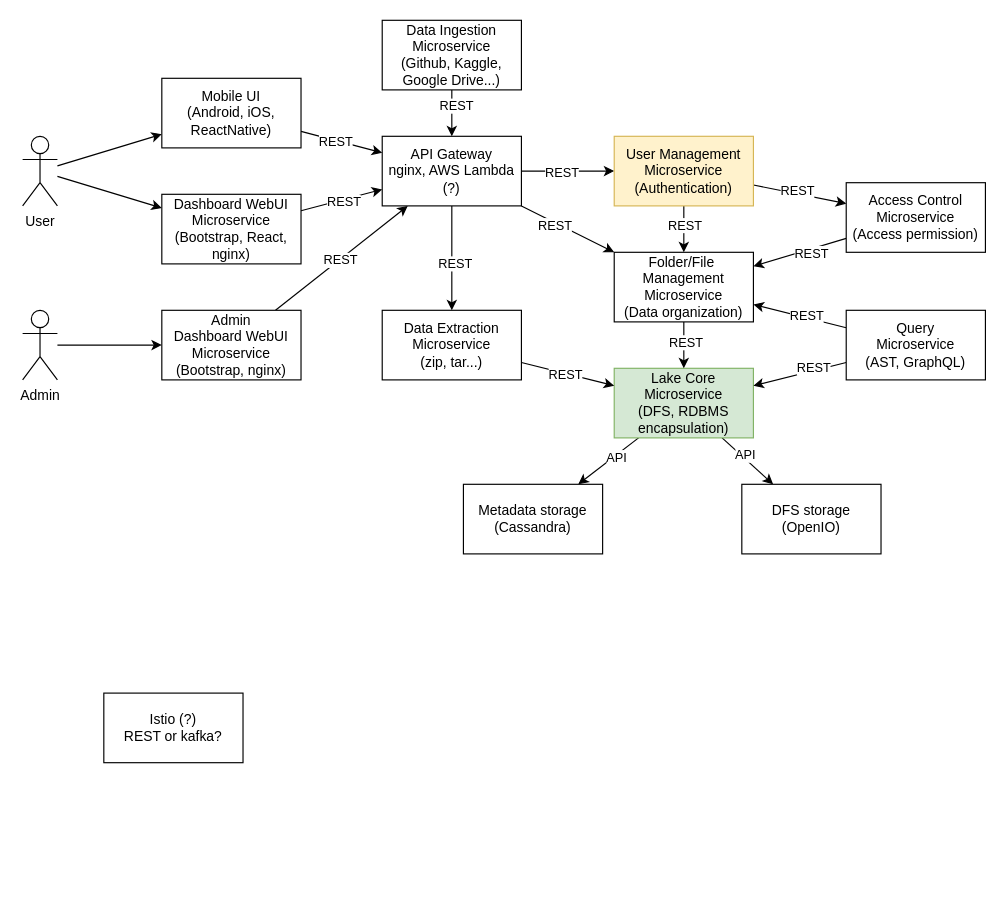
This is docs/arch.drawio from larycoder/ulake-internship, a draw.io file, before an edit. Source tidied: cells renumbered, new cells numbered last; positions are measured from the earlier drawing's top-left corner, leaving out a move shared by most shapes. Both pictures are drawn from the tidied source at 116%, with x=0, y=0 at pixel (22, 20).
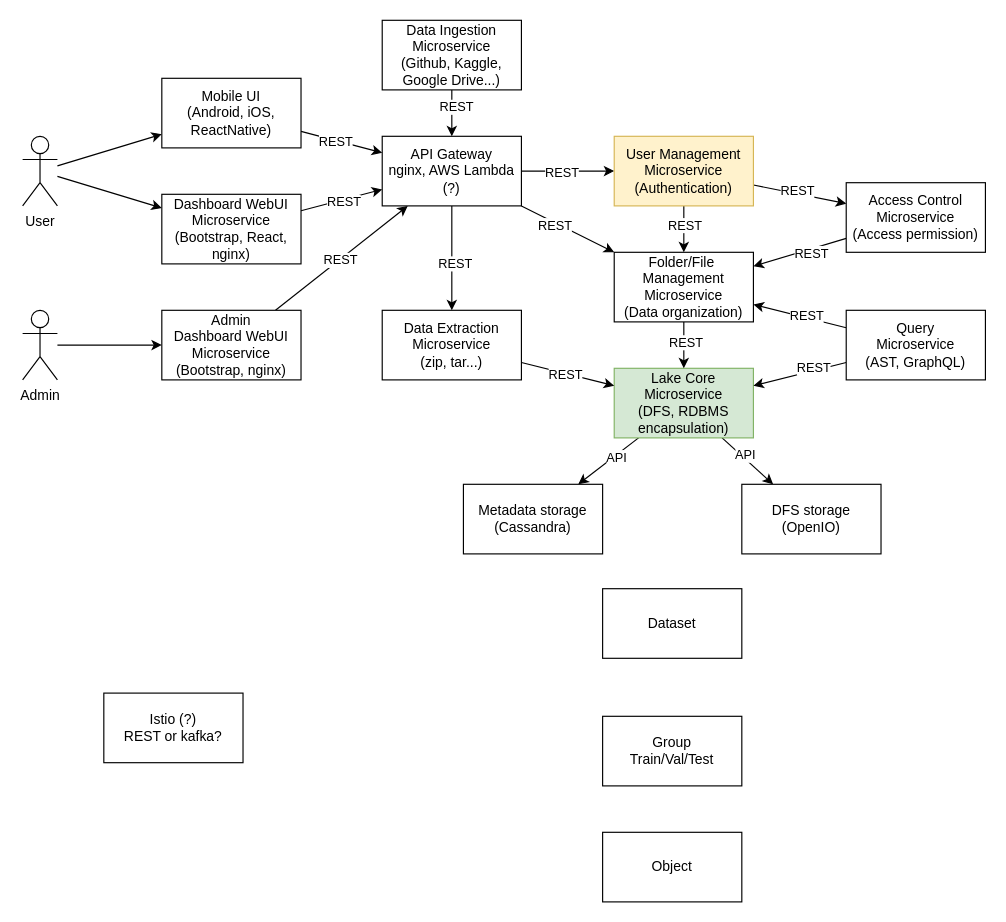
The same page after the edit.

Unchanged cells that the change refers to:
```xml
<mxCell id="39" style="edgeStyle=none;rounded=0;jettySize=auto;html=1;" parent="1" edge="1" source="41" target="8">
  <mxGeometry relative="1" as="geometry" />
</mxCell>
```

What changed in the source:
```diff
@@
     <mxCell id="40" value="REST" style="edgeLabel;html=1;align=center;verticalAlign=middle;" parent="39" vertex="1">
-      <mxGeometry x="-0.35" y="3" relative="1" as="geometry" />
+      <mxGeometry x="-0.35" y="3" relative="1" as="geometry">
+        <mxPoint y="1" as="offset" />
+      </mxGeometry>
     </mxCell>
@@
+    <mxCell id="53" value="Dataset" style="rounded=0;whiteSpace=wrap;html=1;" parent="1" vertex="1">
+      <mxGeometry x="500" y="490" width="120" height="60" as="geometry" />
+    </mxCell>
+    <mxCell id="54" value="Group&lt;br&gt;Train/Val/Test" style="rounded=0;whiteSpace=wrap;html=1;" parent="1" vertex="1">
+      <mxGeometry x="500" y="600" width="120" height="60" as="geometry" />
+    </mxCell>
+    <mxCell id="55" value="Object" style="rounded=0;whiteSpace=wrap;html=1;" parent="1" vertex="1">
+      <mxGeometry x="500" y="700" width="120" height="60" as="geometry" />
+    </mxCell>
```
